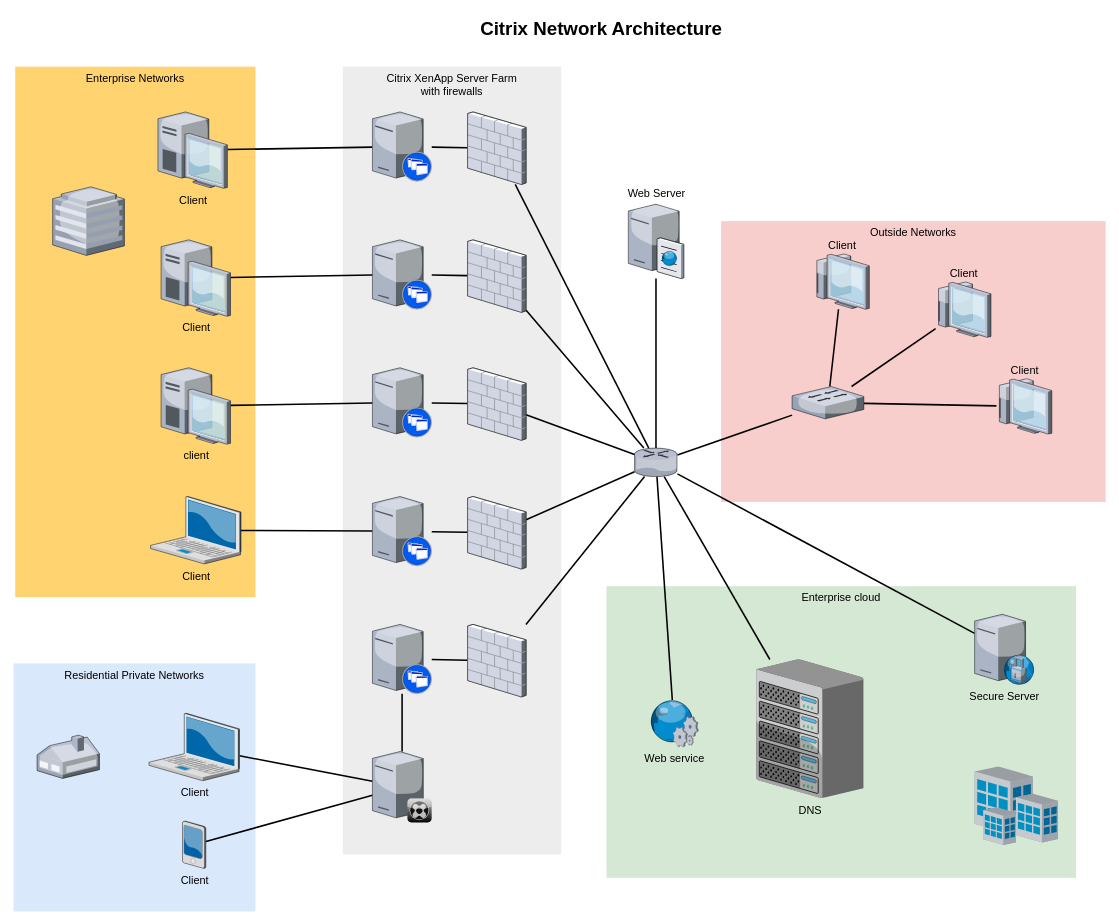
This is net01.drawio from yasriady/tutorial, a draw.io file, before an edit. Source tidied: cells renumbered, new cells numbered last; positions are measured from the earlier drawing's top-left corner, leaving out a move shared by most shapes. Both pictures are drawn from the tidied source at 78%, with x=0, y=0 at pixel (13, 13).
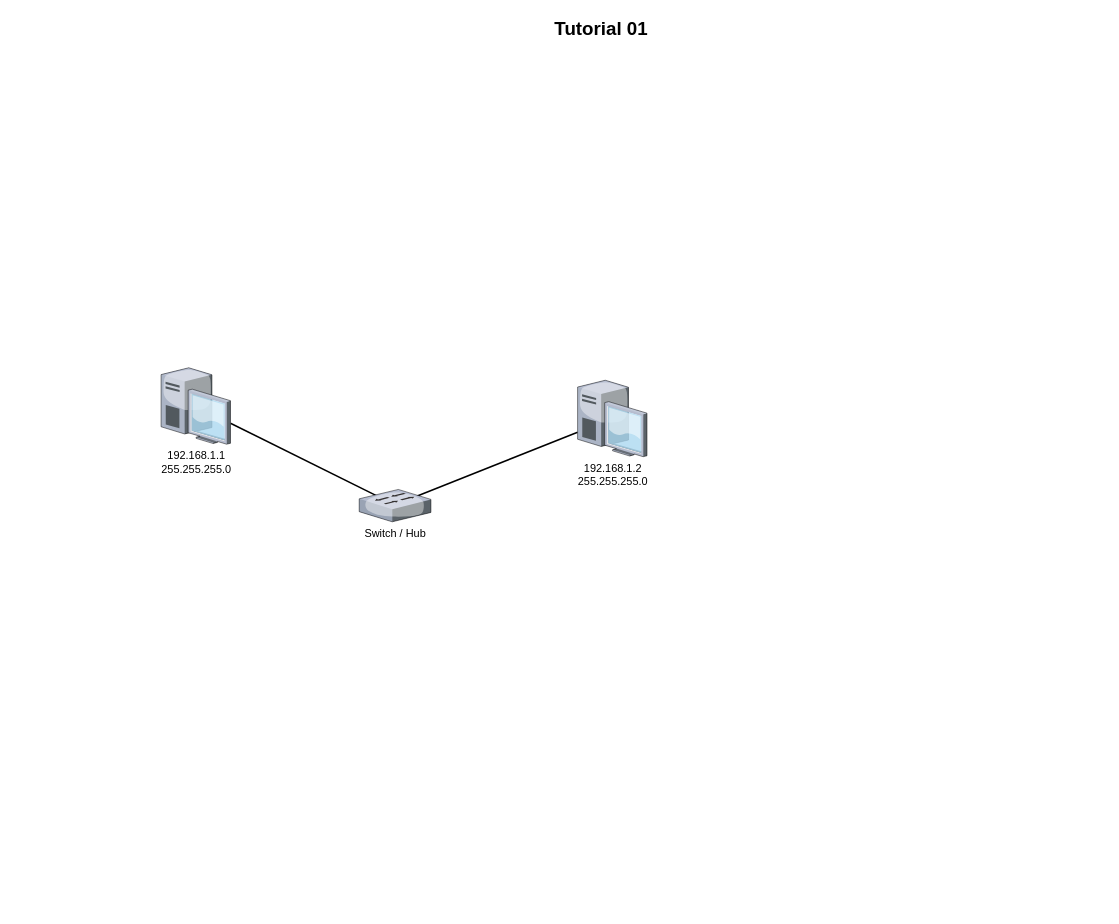
After the change.

Change to the diagram source:
```diff
@@
-    <mxCell id="2" value="Outside Networks" style="whiteSpace=wrap;html=1;fillColor=#f8cecc;fontSize=14;strokeColor=none;verticalAlign=top;" parent="1" vertex="1">
-      <mxGeometry x="907" y="266" width="493" height="360" as="geometry" />
-    </mxCell>
-    <mxCell id="3" value="Enterprise cloud" style="whiteSpace=wrap;html=1;fillColor=#d5e8d4;fontSize=14;strokeColor=none;verticalAlign=top;" parent="1" vertex="1">
-      <mxGeometry x="760" y="734" width="602" height="374" as="geometry" />
-    </mxCell>
-    <mxCell id="4" value="Citrix XenApp Server Farm&lt;div&gt;with firewalls&lt;/div&gt;" style="whiteSpace=wrap;html=1;fillColor=#EDEDED;fontSize=14;strokeColor=none;verticalAlign=top;" parent="1" vertex="1">
-      <mxGeometry x="422" y="68" width="280" height="1010" as="geometry" />
-    </mxCell>
-    <mxCell id="5" value="Residential Private Networks" style="whiteSpace=wrap;html=1;fillColor=#dae8fc;fontSize=14;strokeColor=none;verticalAlign=top;" parent="1" vertex="1">
-      <mxGeometry y="833" width="310" height="318" as="geometry" />
-    </mxCell>
-    <mxCell id="6" value="Enterprise Networks" style="whiteSpace=wrap;html=1;fillColor=#FFD470;gradientColor=none;fontSize=14;strokeColor=none;verticalAlign=top;" parent="1" vertex="1">
-      <mxGeometry x="2" y="68" width="308" height="680" as="geometry" />
-    </mxCell>
-    <mxCell id="7" style="edgeStyle=none;rounded=0;html=1;startSize=10;endSize=10;jettySize=auto;fontSize=14;endArrow=none;endFill=0;strokeWidth=2;" parent="1" edge="1" source="8" target="35">
-      <mxGeometry relative="1" as="geometry" />
-    </mxCell>
-    <mxCell id="8" value="Client" style="verticalLabelPosition=bottom;html=1;verticalAlign=top;strokeColor=none;shape=mxgraph.citrix.laptop_2;fillColor=#66B2FF;gradientColor=#0066CC;fontSize=14;" parent="1" vertex="1">
-      <mxGeometry x="173.5" y="897" width="116" height="86.5" as="geometry" />
-    </mxCell>
-    <mxCell id="9" style="edgeStyle=none;rounded=0;html=1;startSize=10;endSize=10;jettySize=auto;fontSize=14;endArrow=none;endFill=0;strokeWidth=2;" parent="1" edge="1" source="10" target="22">
-      <mxGeometry relative="1" as="geometry" />
-    </mxCell>
-    <mxCell id="10" value="Client" style="verticalLabelPosition=bottom;html=1;verticalAlign=top;strokeColor=none;shape=mxgraph.citrix.laptop_2;fillColor=#66B2FF;gradientColor=#0066CC;fontSize=14;" parent="1" vertex="1">
-      <mxGeometry x="175.5" y="619" width="116" height="86.5" as="geometry" />
-    </mxCell>
-    <mxCell id="11" style="edgeStyle=none;rounded=0;html=1;startSize=10;endSize=10;jettySize=auto;fontSize=14;endArrow=none;endFill=0;strokeWidth=2;" parent="1" edge="1" source="12" target="24">
+    <mxCell id="11" style="edgeStyle=none;rounded=0;html=1;startSize=10;endSize=10;jettySize=auto;fontSize=14;endArrow=none;endFill=0;strokeWidth=2;entryX=0.485;entryY=0.46;entryDx=0;entryDy=0;entryPerimeter=0;" parent="1" edge="1" source="12" target="62">
       <mxGeometry relative="1" as="geometry" />
     </mxCell>
-    <mxCell id="12" value="client" style="verticalLabelPosition=bottom;html=1;verticalAlign=top;strokeColor=none;shape=mxgraph.citrix.desktop;fillColor=#66B2FF;gradientColor=#0066CC;fontSize=14;" parent="1" vertex="1">
+    <mxCell id="12" value="192.168.1.1&lt;div&gt;255.255.255.0&lt;/div&gt;" style="verticalLabelPosition=bottom;html=1;verticalAlign=top;strokeColor=none;shape=mxgraph.citrix.desktop;fillColor=#66B2FF;gradientColor=#0066CC;fontSize=14;" parent="1" vertex="1">
       <mxGeometry x="189" y="454" width="89" height="98" as="geometry" />
     </mxCell>
-    <mxCell id="13" style="edgeStyle=none;rounded=0;html=1;startSize=10;endSize=10;jettySize=auto;fontSize=14;endArrow=none;endFill=0;strokeWidth=2;" parent="1" edge="1" source="14" target="26">
+    <mxCell id="13" style="edgeStyle=none;rounded=0;html=1;startSize=10;endSize=10;jettySize=auto;fontSize=14;endArrow=none;endFill=0;strokeWidth=2;entryX=0.564;entryY=0.416;entryDx=0;entryDy=0;entryPerimeter=0;" parent="1" edge="1" source="14" target="62">
       <mxGeometry relative="1" as="geometry" />
     </mxCell>
-    <mxCell id="14" value="Client" style="verticalLabelPosition=bottom;html=1;verticalAlign=top;strokeColor=none;shape=mxgraph.citrix.desktop;fillColor=#66B2FF;gradientColor=#0066CC;fontSize=14;" parent="1" vertex="1">
-      <mxGeometry x="189" y="290" width="89" height="98" as="geometry" />
+    <mxCell id="14" value="192.168.1.2&lt;div&gt;255.255.255.0&lt;/div&gt;" style="verticalLabelPosition=bottom;html=1;verticalAlign=top;strokeColor=none;shape=mxgraph.citrix.desktop;fillColor=#66B2FF;gradientColor=#0066CC;fontSize=14;" parent="1" vertex="1">
+      <mxGeometry x="723" y="470" width="89" height="98" as="geometry" />
     </mxCell>
-    <mxCell id="15" style="edgeStyle=none;rounded=0;html=1;startSize=10;endSize=10;jettySize=auto;fontSize=14;endArrow=none;endFill=0;strokeWidth=2;" parent="1" edge="1" source="16" target="28">
-      <mxGeometry relative="1" as="geometry" />
-    </mxCell>
-    <mxCell id="16" value="Client" style="verticalLabelPosition=bottom;html=1;verticalAlign=top;strokeColor=none;shape=mxgraph.citrix.desktop;fillColor=#66B2FF;gradientColor=#0066CC;fontSize=14;" parent="1" vertex="1">
-      <mxGeometry x="185" y="126" width="89" height="98" as="geometry" />
-    </mxCell>
-    <mxCell id="17" style="edgeStyle=none;rounded=0;html=1;startSize=10;endSize=10;jettySize=auto;fontSize=14;endArrow=none;endFill=0;strokeWidth=2;" parent="1" edge="1" source="18" target="35">
-      <mxGeometry relative="1" as="geometry" />
-    </mxCell>
-    <mxCell id="18" value="Client" style="verticalLabelPosition=bottom;html=1;verticalAlign=top;strokeColor=none;shape=mxgraph.citrix.pda;fillColor=#66B2FF;gradientColor=#0066CC;fontSize=14;" parent="1" vertex="1">
-      <mxGeometry x="216.5" y="1035" width="30" height="61" as="geometry" />
-    </mxCell>
-    <mxCell id="19" style="edgeStyle=none;rounded=0;html=1;startSize=10;endSize=10;jettySize=auto;fontSize=14;endArrow=none;endFill=0;strokeWidth=2;" parent="1" edge="1" source="20" target="47">
-      <mxGeometry relative="1" as="geometry" />
-    </mxCell>
-    <mxCell id="20" style="verticalLabelPosition=bottom;html=1;verticalAlign=top;strokeColor=none;shape=mxgraph.citrix.xenapp_server;fillColor=#66B2FF;gradientColor=#0066CC;fontSize=14;" parent="1" vertex="1">
-      <mxGeometry x="460" y="783" width="76" height="89" as="geometry" />
-    </mxCell>
-    <mxCell id="21" style="edgeStyle=none;rounded=0;html=1;startSize=10;endSize=10;jettySize=auto;fontSize=14;endArrow=none;endFill=0;strokeWidth=2;" parent="1" edge="1" source="22" target="45">
-      <mxGeometry relative="1" as="geometry" />
-    </mxCell>
-    <mxCell id="22" style="verticalLabelPosition=bottom;html=1;verticalAlign=top;strokeColor=none;shape=mxgraph.citrix.xenapp_server;fillColor=#66B2FF;gradientColor=#0066CC;fontSize=14;" parent="1" vertex="1">
-      <mxGeometry x="460" y="619" width="76" height="89" as="geometry" />
-    </mxCell>
-    <mxCell id="23" style="edgeStyle=none;rounded=0;html=1;startSize=10;endSize=10;jettySize=auto;fontSize=14;endArrow=none;endFill=0;strokeWidth=2;" parent="1" edge="1" source="24" target="43">
-      <mxGeometry relative="1" as="geometry" />
-    </mxCell>
-    <mxCell id="24" style="verticalLabelPosition=bottom;html=1;verticalAlign=top;strokeColor=none;shape=mxgraph.citrix.xenapp_server;fillColor=#66B2FF;gradientColor=#0066CC;fontSize=14;" parent="1" vertex="1">
-      <mxGeometry x="460" y="454" width="76" height="89" as="geometry" />
-    </mxCell>
-    <mxCell id="25" style="edgeStyle=none;rounded=0;html=1;startSize=10;endSize=10;jettySize=auto;fontSize=14;endArrow=none;endFill=0;strokeWidth=2;" parent="1" edge="1" source="26" target="41">
-      <mxGeometry relative="1" as="geometry" />
-    </mxCell>
-    <mxCell id="26" style="verticalLabelPosition=bottom;html=1;verticalAlign=top;strokeColor=none;shape=mxgraph.citrix.xenapp_server;fillColor=#66B2FF;gradientColor=#0066CC;fontSize=14;" parent="1" vertex="1">
-      <mxGeometry x="460" y="290" width="76" height="89" as="geometry" />
-    </mxCell>
-    <mxCell id="27" style="edgeStyle=none;rounded=0;html=1;startSize=10;endSize=10;jettySize=auto;fontSize=14;endArrow=none;endFill=0;strokeWidth=2;" parent="1" edge="1" source="28" target="39">
-      <mxGeometry relative="1" as="geometry" />
-    </mxCell>
-    <mxCell id="28" style="verticalLabelPosition=bottom;html=1;verticalAlign=top;strokeColor=none;shape=mxgraph.citrix.xenapp_server;fillColor=#66B2FF;gradientColor=#0066CC;fontSize=14;" parent="1" vertex="1">
-      <mxGeometry x="460" y="126" width="76" height="89" as="geometry" />
-    </mxCell>
-    <mxCell id="29" style="edgeStyle=none;rounded=0;html=1;startSize=10;endSize=10;jettySize=auto;fontSize=14;endArrow=none;endFill=0;strokeWidth=2;" parent="1" edge="1" source="33" target="37">
-      <mxGeometry relative="1" as="geometry" />
-    </mxCell>
-    <mxCell id="30" style="edgeStyle=none;rounded=0;html=1;startSize=10;endSize=10;jettySize=auto;fontSize=14;endArrow=none;endFill=0;strokeWidth=2;" parent="1" edge="1" source="33" target="36">
-      <mxGeometry relative="1" as="geometry" />
-    </mxCell>
-    <mxCell id="31" style="edgeStyle=none;rounded=0;html=1;startSize=10;endSize=10;jettySize=auto;fontSize=14;endArrow=none;endFill=0;strokeWidth=2;" parent="1" edge="1" source="33" target="54">
-      <mxGeometry relative="1" as="geometry" />
-    </mxCell>
-    <mxCell id="32" style="edgeStyle=none;rounded=0;html=1;startSize=10;endSize=10;jettySize=auto;fontSize=14;endArrow=none;endFill=0;strokeWidth=2;" parent="1" edge="1" source="33" target="50">
-      <mxGeometry relative="1" as="geometry" />
-    </mxCell>
-    <mxCell id="33" style="verticalLabelPosition=bottom;html=1;verticalAlign=top;strokeColor=none;shape=mxgraph.citrix.router;fillColor=#66B2FF;gradientColor=#0066CC;fontSize=14;" parent="1" vertex="1">
-      <mxGeometry x="796" y="557" width="55" height="36.5" as="geometry" />
-    </mxCell>
-    <mxCell id="34" style="edgeStyle=none;rounded=0;html=1;startSize=10;endSize=10;jettySize=auto;fontSize=14;endArrow=none;endFill=0;strokeWidth=2;" parent="1" edge="1" source="35" target="20">
-      <mxGeometry relative="1" as="geometry" />
-    </mxCell>
-    <mxCell id="35" style="verticalLabelPosition=bottom;html=1;verticalAlign=top;strokeColor=none;shape=mxgraph.citrix.xenclient_synchronizer;fillColor=#CCCCCC;gradientColor=#000000;gradientDirection=south;fontSize=14;" parent="1" vertex="1">
-      <mxGeometry x="460" y="946" width="76" height="91" as="geometry" />
-    </mxCell>
-    <mxCell id="36" value="Web Server" style="verticalLabelPosition=top;html=1;verticalAlign=bottom;strokeColor=none;shape=mxgraph.citrix.cache_server;fillColor=#66B2FF;gradientColor=#0066CC;fontSize=14;labelPosition=center;align=center;" parent="1" vertex="1">
-      <mxGeometry x="788" y="242" width="71" height="97.5" as="geometry" />
-    </mxCell>
-    <mxCell id="37" value="DNS" style="verticalLabelPosition=bottom;html=1;verticalAlign=top;strokeColor=none;shape=mxgraph.citrix.chassis;fillColor=#66B2FF;gradientColor=#0066CC;fontSize=14;" parent="1" vertex="1">
-      <mxGeometry x="952" y="828" width="137.5" height="177.5" as="geometry" />
-    </mxCell>
-    <mxCell id="38" style="edgeStyle=none;rounded=0;html=1;startSize=10;endSize=10;jettySize=auto;fontSize=14;endArrow=none;endFill=0;strokeWidth=2;" parent="1" edge="1" source="39" target="33">
-      <mxGeometry relative="1" as="geometry" />
-    </mxCell>
-    <mxCell id="39" style="verticalLabelPosition=bottom;html=1;verticalAlign=top;strokeColor=none;shape=mxgraph.citrix.firewall;fillColor=#66B2FF;gradientColor=#0066CC;fontSize=14;" parent="1" vertex="1">
-      <mxGeometry x="582" y="126" width="75" height="93" as="geometry" />
-    </mxCell>
-    <mxCell id="40" style="edgeStyle=none;rounded=0;html=1;startSize=10;endSize=10;jettySize=auto;fontSize=14;endArrow=none;endFill=0;strokeWidth=2;" parent="1" edge="1" source="41" target="33">
-      <mxGeometry relative="1" as="geometry" />
-    </mxCell>
-    <mxCell id="41" style="verticalLabelPosition=bottom;html=1;verticalAlign=top;strokeColor=none;shape=mxgraph.citrix.firewall;fillColor=#66B2FF;gradientColor=#0066CC;fontSize=14;" parent="1" vertex="1">
-      <mxGeometry x="582" y="290" width="75" height="93" as="geometry" />
-    </mxCell>
-    <mxCell id="42" style="edgeStyle=none;rounded=0;html=1;startSize=10;endSize=10;jettySize=auto;fontSize=14;endArrow=none;endFill=0;strokeWidth=2;" parent="1" edge="1" source="43" target="33">
-      <mxGeometry relative="1" as="geometry" />
-    </mxCell>
-    <mxCell id="43" style="verticalLabelPosition=bottom;html=1;verticalAlign=top;strokeColor=none;shape=mxgraph.citrix.firewall;fillColor=#66B2FF;gradientColor=#0066CC;fontSize=14;" parent="1" vertex="1">
-      <mxGeometry x="582" y="454" width="75" height="93" as="geometry" />
-    </mxCell>
-    <mxCell id="44" style="edgeStyle=none;rounded=0;html=1;startSize=10;endSize=10;jettySize=auto;fontSize=14;endArrow=none;endFill=0;strokeWidth=2;" parent="1" edge="1" source="45" target="33">
-      <mxGeometry relative="1" as="geometry" />
-    </mxCell>
-    <mxCell id="45" style="verticalLabelPosition=bottom;html=1;verticalAlign=top;strokeColor=none;shape=mxgraph.citrix.firewall;fillColor=#66B2FF;gradientColor=#0066CC;fontSize=14;" parent="1" vertex="1">
-      <mxGeometry x="582" y="619" width="75" height="93" as="geometry" />
-    </mxCell>
-    <mxCell id="46" style="edgeStyle=none;rounded=0;html=1;startSize=10;endSize=10;jettySize=auto;fontSize=14;endArrow=none;endFill=0;strokeWidth=2;" parent="1" edge="1" source="47" target="33">
-      <mxGeometry relative="1" as="geometry" />
-    </mxCell>
-    <mxCell id="47" style="verticalLabelPosition=bottom;html=1;verticalAlign=top;strokeColor=none;shape=mxgraph.citrix.firewall;fillColor=#66B2FF;gradientColor=#0066CC;fontSize=14;" parent="1" vertex="1">
-      <mxGeometry x="582" y="783" width="75" height="93" as="geometry" />
-    </mxCell>
-    <mxCell id="48" style="verticalLabelPosition=bottom;html=1;verticalAlign=top;strokeColor=none;shape=mxgraph.citrix.home_office;fillColor=#66B2FF;gradientColor=#0066CC;fontSize=14;" parent="1" vertex="1">
-      <mxGeometry x="30" y="925" width="80" height="55.5" as="geometry" />
-    </mxCell>
-    <mxCell id="49" style="verticalLabelPosition=bottom;html=1;verticalAlign=top;strokeColor=none;shape=mxgraph.citrix.hq_enterprise;fillColor=#66B2FF;gradientColor=#0066CC;fontSize=14;" parent="1" vertex="1">
-      <mxGeometry x="50" y="222" width="92" height="88" as="geometry" />
-    </mxCell>
-    <mxCell id="50" value="Secure Server" style="verticalLabelPosition=bottom;html=1;verticalAlign=top;strokeColor=none;shape=mxgraph.citrix.proxy_server;fillColor=#66B2FF;gradientColor=#0066CC;fontSize=14;" parent="1" vertex="1">
-      <mxGeometry x="1232" y="770" width="76.5" height="90" as="geometry" />
-    </mxCell>
-    <mxCell id="51" style="edgeStyle=none;rounded=0;html=1;startSize=10;endSize=10;jettySize=auto;fontSize=14;endArrow=none;endFill=0;strokeWidth=2;" parent="1" edge="1" source="54" target="57">
-      <mxGeometry relative="1" as="geometry" />
-    </mxCell>
-    <mxCell id="52" style="edgeStyle=none;rounded=0;html=1;startSize=10;endSize=10;jettySize=auto;fontSize=14;endArrow=none;endFill=0;strokeWidth=2;" parent="1" edge="1" source="54" target="56">
-      <mxGeometry relative="1" as="geometry" />
-    </mxCell>
-    <mxCell id="53" style="edgeStyle=none;rounded=0;html=1;startSize=10;endSize=10;jettySize=auto;fontSize=14;endArrow=none;endFill=0;strokeWidth=2;" parent="1" edge="1" source="54" target="55">
-      <mxGeometry relative="1" as="geometry" />
-    </mxCell>
-    <mxCell id="54" style="verticalLabelPosition=bottom;html=1;verticalAlign=top;strokeColor=none;shape=mxgraph.citrix.switch;fillColor=#66B2FF;gradientColor=#0066CC;fontSize=14;" parent="1" vertex="1">
-      <mxGeometry x="998" y="478" width="92" height="41.5" as="geometry" />
-    </mxCell>
-    <mxCell id="55" value="Client" style="verticalLabelPosition=top;html=1;verticalAlign=bottom;strokeColor=none;shape=mxgraph.citrix.thin_client;fillColor=#66B2FF;gradientColor=#0066CC;fontSize=14;labelPosition=center;align=center;" parent="1" vertex="1">
-      <mxGeometry x="1260" y="468" width="71" height="71" as="geometry" />
-    </mxCell>
-    <mxCell id="56" value="Client" style="verticalLabelPosition=top;html=1;verticalAlign=bottom;strokeColor=none;shape=mxgraph.citrix.thin_client;fillColor=#66B2FF;gradientColor=#0066CC;fontSize=14;labelPosition=center;align=center;" parent="1" vertex="1">
-      <mxGeometry x="1182" y="344" width="71" height="71" as="geometry" />
-    </mxCell>
-    <mxCell id="57" value="Client" style="verticalLabelPosition=top;html=1;verticalAlign=bottom;strokeColor=none;shape=mxgraph.citrix.thin_client;fillColor=#66B2FF;gradientColor=#0066CC;fontSize=14;labelPosition=center;align=center;" parent="1" vertex="1">
-      <mxGeometry x="1026" y="308" width="71" height="71" as="geometry" />
-    </mxCell>
-    <mxCell id="58" style="edgeStyle=none;rounded=0;html=1;startSize=10;endSize=10;jettySize=auto;fontSize=14;endArrow=none;endFill=0;strokeWidth=2;" parent="1" edge="1" source="59" target="33">
-      <mxGeometry relative="1" as="geometry" />
-    </mxCell>
-    <mxCell id="59" value="Web service" style="verticalLabelPosition=bottom;html=1;verticalAlign=top;strokeColor=none;shape=mxgraph.citrix.web_service;fillColor=#66B2FF;gradientColor=#0066CC;fontSize=14;" parent="1" vertex="1">
-      <mxGeometry x="815" y="880" width="63" height="60" as="geometry" />
-    </mxCell>
-    <mxCell id="60" style="verticalLabelPosition=bottom;html=1;verticalAlign=top;strokeColor=none;shape=mxgraph.citrix.site;fillColor=#66B2FF;gradientColor=#0066CC;fontSize=14;" parent="1" vertex="1">
-      <mxGeometry x="1232" y="965" width="107" height="101" as="geometry" />
-    </mxCell>
-    <mxCell id="61" value="Citrix Network Architecture" style="text;strokeColor=none;fillColor=none;html=1;fontSize=24;fontStyle=1;verticalAlign=middle;align=center;" parent="1" vertex="1">
+    <mxCell id="61" value="Tutorial 01" style="text;strokeColor=none;fillColor=none;html=1;fontSize=24;fontStyle=1;verticalAlign=middle;align=center;" parent="1" vertex="1">
       <mxGeometry x="322" width="861" height="40" as="geometry" />
     </mxCell>
+    <mxCell id="62" value="Switch / Hub" style="verticalLabelPosition=bottom;html=1;verticalAlign=top;strokeColor=none;shape=mxgraph.citrix.switch;fillColor=#66B2FF;gradientColor=#0066CC;fontSize=14;" parent="1" vertex="1">
+      <mxGeometry x="443" y="610" width="92" height="41.5" as="geometry" />
+    </mxCell>
```
